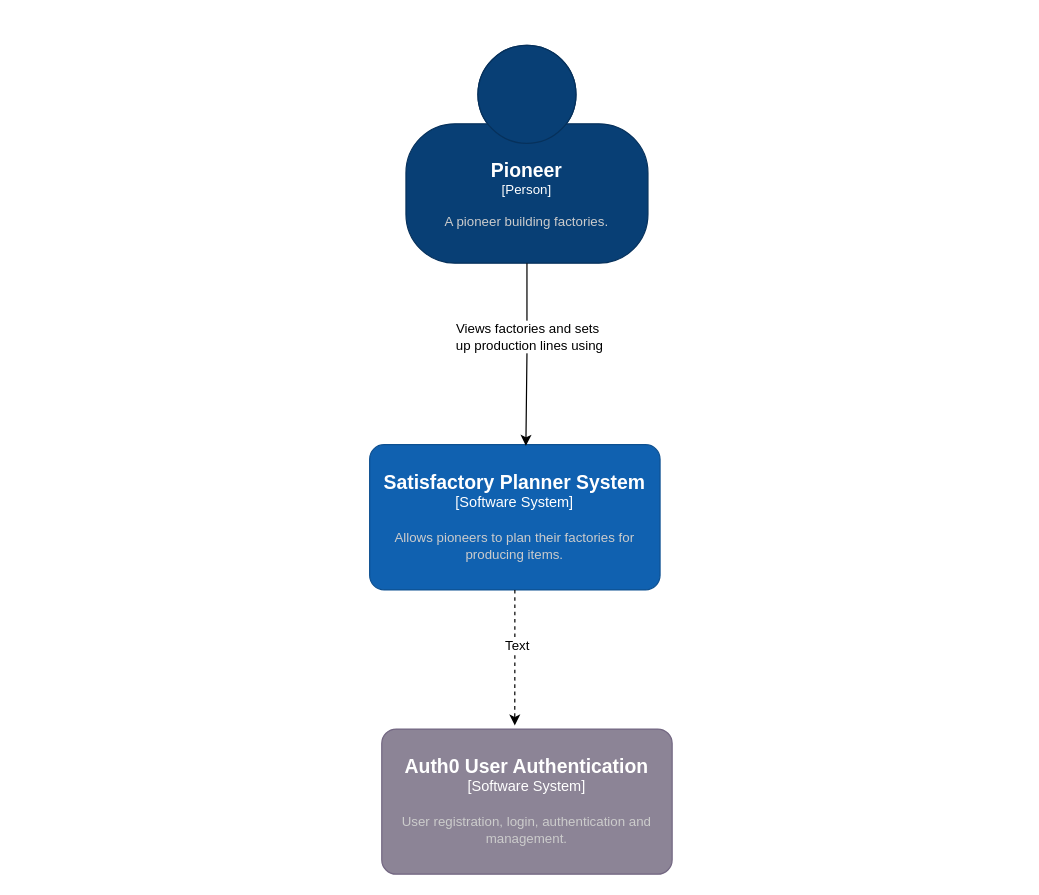
Before: docs/Untitled Diagram.drawio in Bwaffles/SatisfactoryPlanner, a draw.io diagram. Source tidied: cells renumbered, new cells numbered last; positions are measured from the earlier drawing's top-left corner, leaving out a move shared by most shapes. Both pictures are drawn from the tidied source at 121%, with x=0, y=0 at pixel (369, 45).
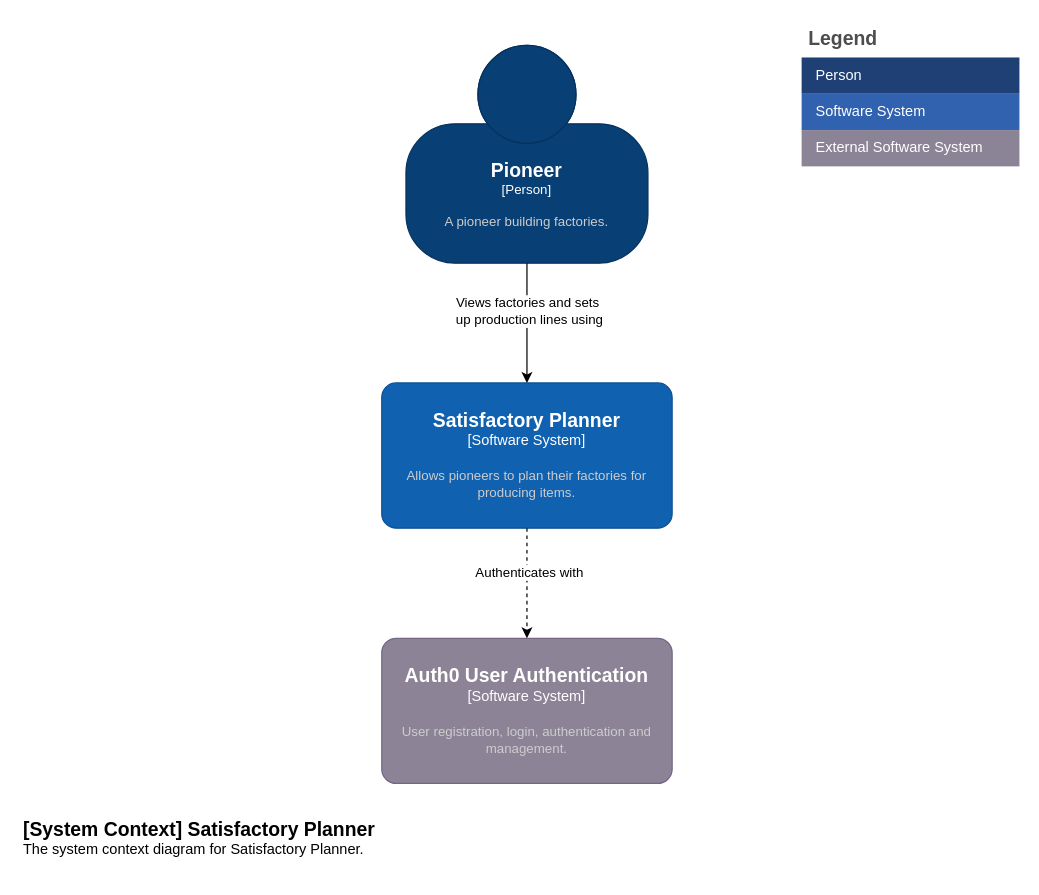
Above is the later version.

The change refers to these unchanged cells:
```xml
<object id="2" label="&lt;font style=&quot;font-size: 16px&quot;&gt;&lt;b&gt;%c4Name%&lt;/b&gt;&lt;/font&gt;&lt;div&gt;[%c4Type%]&lt;/div&gt;&lt;br&gt;&lt;div&gt;&lt;font style=&quot;font-size: 11px&quot;&gt;&lt;font color=&quot;#cccccc&quot;&gt;%c4Description%&lt;/font&gt;&lt;/div&gt;" c4Description="A pioneer building factories." c4Name="Pioneer" c4Type="Person" placeholders="1">
  <mxCell style="html=1;fontSize=11;dashed=0;whiteSpace=wrap;fillColor=#083F75;strokeColor=#06315C;fontColor=#ffffff;shape=mxgraph.c4.person2;align=center;points=[[0.5,0,0],[1,0.5,0],[1,0.75,0],[0.75,1,0],[0.5,1,0],[0.25,1,0],[0,0.75,0],[0,0.5,0]];" parent="1" vertex="1">
    <mxGeometry x="30" width="200" height="180" as="geometry" />
  </mxCell>
</object>
```

Diff of the diagram source:
```diff
@@
-    <object id="3" label="&lt;font style=&quot;font-size: 16px&quot;&gt;&lt;b&gt;%c4Name%&lt;/b&gt;&lt;/font&gt;&lt;div&gt;[%c4Type%]&lt;/div&gt;&lt;br&gt;&lt;div&gt;&lt;font style=&quot;font-size: 11px&quot;&gt;&lt;font color=&quot;#cccccc&quot;&gt;%c4Description%&lt;/font&gt;&lt;/div&gt;" c4Description="Allows pioneers to plan their factories for producing items." c4Name="Satisfactory Planner System" c4Type="Software System" placeholders="1">
+    <object id="3" label="&lt;font style=&quot;font-size: 16px&quot;&gt;&lt;b&gt;%c4Name%&lt;/b&gt;&lt;/font&gt;&lt;div&gt;[%c4Type%]&lt;/div&gt;&lt;br&gt;&lt;div&gt;&lt;font style=&quot;font-size: 11px&quot;&gt;&lt;font color=&quot;#cccccc&quot;&gt;%c4Description%&lt;/font&gt;&lt;/div&gt;" c4Description="Allows pioneers to plan their factories for producing items." c4Name="Satisfactory Planner" c4Type="Software System" placeholders="1">
       <mxCell style="rounded=1;whiteSpace=wrap;html=1;labelBackgroundColor=none;fillColor=#1061B0;fontColor=#ffffff;align=center;arcSize=10;strokeColor=#0D5091;points=[[0.25,0,0],[0.5,0,0],[0.75,0,0],[1,0.25,0],[1,0.5,0],[1,0.75,0],[0.75,1,0],[0.5,1,0],[0.25,1,0],[0,0.75,0],[0,0.5,0],[0,0.25,0]];" parent="1" vertex="1">
-        <mxGeometry y="330" width="240" height="120" as="geometry" />
+        <mxGeometry x="10" y="279" width="240" height="120" as="geometry" />
       </mxCell>
     </object>
-    <mxCell id="4" style="edgeStyle=orthogonalEdgeStyle;rounded=0;jettySize=auto;html=1;entryX=0.538;entryY=0.008;entryDx=0;entryDy=0;entryPerimeter=0;" parent="1" edge="1" source="2" target="3">
+    <mxCell id="4" style="edgeStyle=orthogonalEdgeStyle;rounded=0;jettySize=auto;html=1;entryX=0.5;entryY=0;entryDx=0;entryDy=0;entryPerimeter=0;" parent="1" edge="1" source="2" target="3">
       <mxGeometry relative="1" as="geometry" />
     </mxCell>
@@
     <object id="6" label="&lt;font style=&quot;font-size: 16px&quot;&gt;&lt;b&gt;%c4Name%&lt;/b&gt;&lt;/font&gt;&lt;div&gt;[%c4Type%]&lt;/div&gt;&lt;br&gt;&lt;div&gt;&lt;font style=&quot;font-size: 11px&quot;&gt;&lt;font color=&quot;#cccccc&quot;&gt;%c4Description%&lt;/font&gt;&lt;/div&gt;" c4Description="User registration, login, authentication and management." c4Name="Auth0 User Authentication" c4Type="Software System" placeholders="1">
       <mxCell style="rounded=1;whiteSpace=wrap;html=1;labelBackgroundColor=none;fillColor=#8C8496;fontColor=#ffffff;align=center;arcSize=10;strokeColor=#736782;points=[[0.25,0,0],[0.5,0,0],[0.75,0,0],[1,0.25,0],[1,0.5,0],[1,0.75,0],[0.75,1,0],[0.5,1,0],[0.25,1,0],[0,0.75,0],[0,0.5,0],[0,0.25,0]];" parent="1" vertex="1">
-        <mxGeometry x="10" y="565" width="240" height="120" as="geometry" />
+        <mxGeometry x="10" y="490" width="240" height="120" as="geometry" />
       </mxCell>
     </object>
-    <mxCell id="7" style="edgeStyle=orthogonalEdgeStyle;rounded=0;jettySize=auto;html=1;entryX=0.458;entryY=-0.025;entryDx=0;entryDy=0;entryPerimeter=0;dashed=1;" parent="1" edge="1" source="3" target="6">
+    <mxCell id="7" style="edgeStyle=orthogonalEdgeStyle;rounded=0;jettySize=auto;html=1;entryX=0.5;entryY=0;entryDx=0;entryDy=0;entryPerimeter=0;dashed=1;" parent="1" edge="1" source="3" target="6">
       <mxGeometry relative="1" as="geometry" />
     </mxCell>
-    <mxCell id="8" value="Text" style="edgeLabel;html=1;align=center;verticalAlign=middle;" parent="7" vertex="1">
+    <mxCell id="8" value="Authenticates with" style="edgeLabel;html=1;align=center;verticalAlign=middle;" parent="7" vertex="1">
       <mxGeometry x="-0.22" y="1" relative="1" as="geometry">
         <mxPoint y="1" as="offset" />
       </mxGeometry>
     </mxCell>
+    <mxCell id="9" value="Legend" style="shape=table;startSize=30;childLayout=tableLayout;fontSize=16;align=left;verticalAlign=top;fillColor=none;strokeColor=none;fontColor=#4D4D4D;fontStyle=1;spacingLeft=6;spacing=0;" parent="1" vertex="1">
+      <mxGeometry x="357" y="-20" width="180" height="120" as="geometry" />
+    </mxCell>
+    <mxCell id="10" style="shape=tableRow;horizontal=0;startSize=0;swimlaneHead=0;swimlaneBody=0;strokeColor=inherit;top=0;left=0;bottom=0;right=0;fillColor=none;fontSize=12;" parent="9" vertex="1">
+      <mxGeometry y="30" width="180" height="30" as="geometry" />
+    </mxCell>
+    <mxCell id="11" value="Person" style="shape=partialRectangle;html=1;whiteSpace=wrap;strokeColor=inherit;overflow=hidden;fillColor=#1E4074;top=0;left=0;bottom=0;right=0;fontSize=12;align=left;fontColor=#FFFFFF;gradientColor=none;spacingLeft=10;spacingRight=4;" parent="10" vertex="1">
+      <mxGeometry width="180" height="30" as="geometry" />
+    </mxCell>
+    <mxCell id="12" style="shape=tableRow;horizontal=0;startSize=0;swimlaneHead=0;swimlaneBody=0;strokeColor=inherit;top=0;left=0;bottom=0;right=0;fillColor=none;fontSize=12;" parent="9" vertex="1">
+      <mxGeometry y="60" width="180" height="30" as="geometry" />
+    </mxCell>
+    <mxCell id="13" value="Software System" style="shape=partialRectangle;html=1;whiteSpace=wrap;strokeColor=inherit;overflow=hidden;fillColor=#3162AF;top=0;left=0;bottom=0;right=0;fontSize=12;align=left;fontColor=#FFFFFF;gradientColor=none;spacingLeft=10;spacingRight=4;" parent="12" vertex="1">
+      <mxGeometry width="180" height="30" as="geometry" />
+    </mxCell>
+    <mxCell id="14" style="shape=tableRow;horizontal=0;startSize=0;swimlaneHead=0;swimlaneBody=0;strokeColor=inherit;top=0;left=0;bottom=0;right=0;fillColor=none;fontSize=12;" parent="9" vertex="1">
+      <mxGeometry y="90" width="180" height="30" as="geometry" />
+    </mxCell>
+    <mxCell id="15" value="External Software System" style="shape=partialRectangle;html=1;whiteSpace=wrap;strokeColor=inherit;overflow=hidden;fillColor=#8b8496;top=0;left=0;bottom=0;right=0;fontSize=12;align=left;fontColor=#FFFFFF;gradientColor=none;spacingLeft=10;spacingRight=4;" parent="14" vertex="1">
+      <mxGeometry width="180" height="30" as="geometry" />
+    </mxCell>
+    <object id="16" label="&lt;font style=&quot;font-size: 16px&quot;&gt;&lt;b&gt;&lt;div style=&quot;text-align: left&quot;&gt;%c4Name%&lt;/div&gt;&lt;/b&gt;&lt;/font&gt;&lt;div style=&quot;text-align: left&quot;&gt;%c4Description%&lt;/div&gt;" c4Description="The system context diagram for Satisfactory Planner." c4Name="[System Context] Satisfactory Planner" placeholders="1">
+      <mxCell style="text;html=1;strokeColor=none;fillColor=none;align=left;verticalAlign=top;whiteSpace=wrap;rounded=0;" parent="1" vertex="1">
+        <mxGeometry x="-288" y="632" width="361" height="40" as="geometry" />
+      </mxCell>
+    </object>
```
